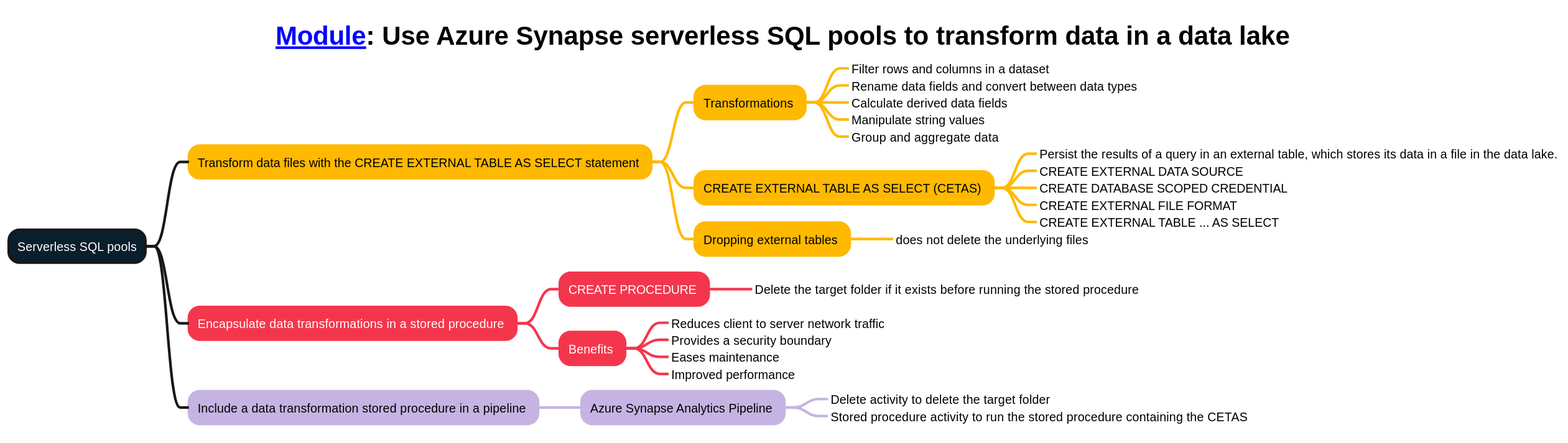
Earlier version of the PlantUML export mindmaps/05-Use Azure Synapse serverless SQL pools to transform data in a data lake.svg (weslbo/dp-203). Source of this version:
```plantuml
@startmindmap
<style>
title {
        FontSize 30
        FontColor #000000
    }
mindmapDiagram {
    :depth(0) {
        BackgroundColor #091f2c
        FontColor #ffffff
        LineThickness 3.0
    }
    .topic1 {
        BackgroundColor #ffb900
        LineColor #ffb900
        LineThickness 3.0
        FontColor #000000
    }
    .topic2 {
        BackgroundColor #f4364c
        LineColor #f4364c
        LineThickness 3.0
        FontColor #ffffff
    }
    .topic3 {
        BackgroundColor #c5b4e3
        LineColor #c5b4e3
        LineThickness 3.0
        FontColor #000000
    }
    .topic4 {
        BackgroundColor #e1d3c7
        LineColor #e1d3c7
        LineThickness 3.0
        FontColor #000000
    }
    .topic5 {
        BackgroundColor #07641d
        LineColor #07641d
        LineThickness 3.0
        FontColor #ffffff
    }
}
</style>
title [[https://learn.microsoft.com/training/modules/use-azure-synapse-serverless-sql-pools-for-transforming-data-lake Module]]: Use Azure Synapse serverless SQL pools to transform data in a data lake
+ Serverless SQL pools
++ Transform data files with the CREATE EXTERNAL TABLE AS SELECT statement <<topic1>>
+++ Transformations <<topic1>>
++++_ Filter rows and columns in a dataset
++++_ Rename data fields and convert between data types
++++_ Calculate derived data fields
++++_ Manipulate string values
++++_ Group and aggregate data
+++ CREATE EXTERNAL TABLE AS SELECT (CETAS) <<topic1>>
++++_ Persist the results of a query in an external table, which stores its data in a file in the data lake.
++++_ CREATE EXTERNAL DATA SOURCE
++++_ CREATE DATABASE SCOPED CREDENTIAL
++++_ CREATE EXTERNAL FILE FORMAT
++++_ CREATE EXTERNAL TABLE ... AS SELECT
+++ Dropping external tables <<topic1>>
++++_ does not delete the underlying files
++ Encapsulate data transformations in a stored procedure <<topic2>>
+++ CREATE PROCEDURE <<topic2>>
++++_ Delete the target folder if it exists before running the stored procedure
+++ Benefits <<topic2>>
++++_ Reduces client to server network traffic
++++_ Provides a security boundary
++++_ Eases maintenance
++++_ Improved performance
++ Include a data transformation stored procedure in a pipeline <<topic3>>
+++ Azure Synapse Analytics Pipeline <<topic3>>
++++_ Delete activity to delete the target folder
++++_ Stored procedure activity to run the stored procedure containing the CETAS
@endmindmap
```
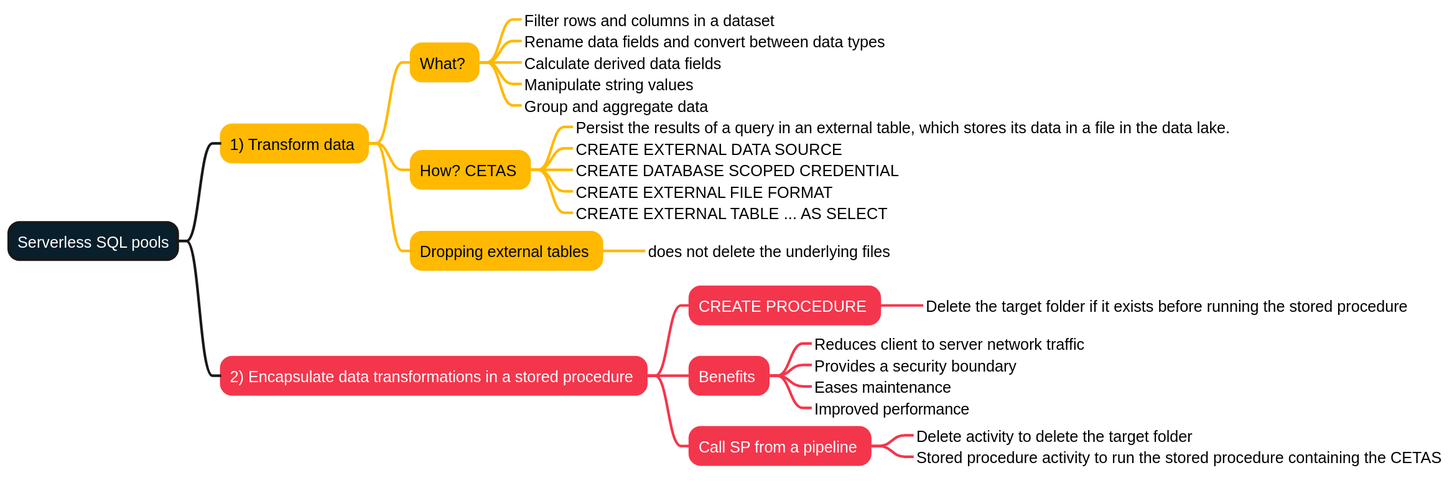
After the commit.

Change to the diagram source:
```diff
@@ -1,57 +1,58 @@
 @startmindmap
 <style>
 title {
-        FontSize 30
-        FontColor #000000
-    }
-mindmapDiagram {
-    :depth(0) {
-        BackgroundColor #091f2c
-        FontColor #ffffff
-        LineThickness 3.0
-    }
-    .topic1 {
-        BackgroundColor #ffb900
-        LineColor #ffb900
-        LineThickness 3.0
-        FontColor #000000
-    }
-    .topic2 {
-        BackgroundColor #f4364c
-        LineColor #f4364c
-        LineThickness 3.0
-        FontColor #ffffff
-    }
-    .topic3 {
-        BackgroundColor #c5b4e3
-        LineColor #c5b4e3
-        LineThickness 3.0
-        FontColor #000000
-    }
-    .topic4 {
-        BackgroundColor #e1d3c7
-        LineColor #e1d3c7
-        LineThickness 3.0
-        FontColor #000000
-    }
-    .topic5 {
-        BackgroundColor #07641d
-        LineColor #07641d
-        LineThickness 3.0
-        FontColor #ffffff
-    }
+    FontSize 30
+    FontColor #000000
+}
+node {
+    FontSize 18
+    MarginTop 50
+}
+:depth(0) {
+    BackgroundColor #091f2c
+    FontColor #ffffff
+    LineThickness 3.0
+}
+.topic1 {
+    BackgroundColor #ffb900
+    LineColor #ffb900
+    LineThickness 3.0
+    FontColor #000000
+}
+.topic2 {
+    BackgroundColor #f4364c
+    LineColor #f4364c
+    LineThickness 3.0
+    FontColor #ffffff
+}
+.topic3 {
+    BackgroundColor #c5b4e3
+    LineColor #c5b4e3
+    LineThickness 3.0
+    FontColor #000000
+}
+.topic4 {
+    BackgroundColor #e1d3c7
+    LineColor #e1d3c7
+    LineThickness 3.0
+    FontColor #000000
+}
+.topic5 {
+    BackgroundColor #07641d
+    LineColor #07641d
+    LineThickness 3.0
+    FontColor #ffffff
 }
 </style>
-title [[https://learn.microsoft.com/training/modules/use-azure-synapse-serverless-sql-pools-for-transforming-data-lake Module]]: Use Azure Synapse serverless SQL pools to transform data in a data lake
 + Serverless SQL pools
-++ Transform data files with the CREATE EXTERNAL TABLE AS SELECT statement <<topic1>>
-+++ Transformations <<topic1>>
+++ 1) Transform data <<topic1>>
++++ What? <<topic1>>
 ++++_ Filter rows and columns in a dataset
 ++++_ Rename data fields and convert between data types
 ++++_ Calculate derived data fields
 ++++_ Manipulate string values
 ++++_ Group and aggregate data
-+++ CREATE EXTERNAL TABLE AS SELECT (CETAS) <<topic1>>
++++ How? CETAS <<topic1>>
 ++++_ Persist the results of a query in an external table, which stores its data in a file in the data lake.
 ++++_ CREATE EXTERNAL DATA SOURCE
 ++++_ CREATE DATABASE SCOPED CREDENTIAL
@@ -59,7 +60,7 @@
 ++++_ CREATE EXTERNAL TABLE ... AS SELECT
 +++ Dropping external tables <<topic1>>
 ++++_ does not delete the underlying files
-++ Encapsulate data transformations in a stored procedure <<topic2>>
+++ 2) Encapsulate data transformations in a stored procedure <<topic2>>
 +++ CREATE PROCEDURE <<topic2>>
 ++++_ Delete the target folder if it exists before running the stored procedure
 +++ Benefits <<topic2>>
@@ -67,8 +68,7 @@
 ++++_ Provides a security boundary
 ++++_ Eases maintenance
 ++++_ Improved performance
-++ Include a data transformation stored procedure in a pipeline <<topic3>>
-+++ Azure Synapse Analytics Pipeline <<topic3>>
++++ Call SP from a pipeline <<topic2>>
 ++++_ Delete activity to delete the target folder
 ++++_ Stored procedure activity to run the stored procedure containing the CETAS
 @endmindmap
```
